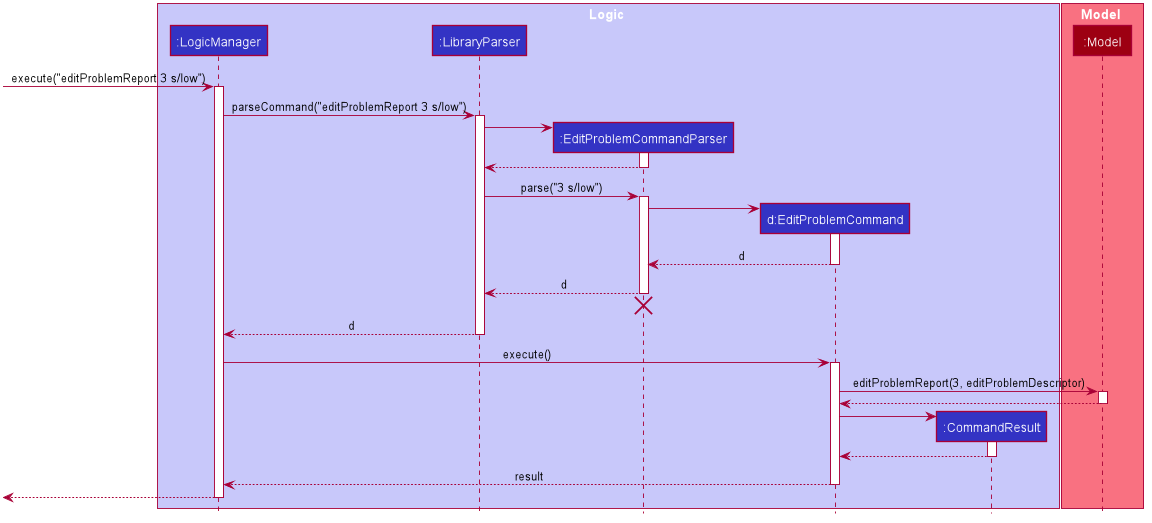
Above: docs/images/EditProblemReportSequenceDiagram.png in richardcom/tp (PlantUML), before the change. Source of this version:
```plantuml
@startuml








skinparam BackgroundColor #FFFFFFF

skinparam Shadowing false

skinparam Class {
    FontColor #FFFFFF
    BorderThickness 1
    BorderColor #FFFFFF
    StereotypeFontColor #FFFFFF
    FontName Arial
}

skinparam Actor {
    BorderColor #000000
    Color #000000
    FontName Arial
}

skinparam Sequence {
    MessageAlign center
    BoxFontSize 15
    BoxPadding 0
    BoxFontColor #FFFFFF
    FontName Arial
}

skinparam Participant {
    FontColor #FFFFFFF
    Padding 20
}

skinparam MinClassWidth 50
skinparam ParticipantPadding 10
skinparam Shadowing false
skinparam DefaultTextAlignment center
skinparam packageStyle Rectangle

hide footbox
hide members
hide circle

box Logic #C8C8FA
participant ":LogicManager" as LogicManager #3333C4
participant ":LibraryParser" as LibraryParser #3333C4
participant ":EditProblemCommandParser" as EditProblemCommandParser #3333C4
participant "d:EditProblemCommand" as EditProblemCommand #3333C4
participant ":CommandResult" as CommandResult #3333C4
end box

box Model #F97181
participant ":Model" as Model #9D0012
end box

[-> LogicManager : execute("editProblemReport 3 s/low")
activate LogicManager

LogicManager -> LibraryParser : parseCommand("editProblemReport 3 s/low")
activate LibraryParser

create EditProblemCommandParser
LibraryParser -> EditProblemCommandParser
activate EditProblemCommandParser

EditProblemCommandParser --> LibraryParser
deactivate EditProblemCommandParser

LibraryParser -> EditProblemCommandParser : parse("3 s/low")
activate EditProblemCommandParser

create EditProblemCommand
EditProblemCommandParser -> EditProblemCommand
activate EditProblemCommand

EditProblemCommand --> EditProblemCommandParser : d
deactivate EditProblemCommand

EditProblemCommandParser --> LibraryParser : d
deactivate EditProblemCommandParser
EditProblemCommandParser -[hidden]-> LibraryParser
destroy EditProblemCommandParser

LibraryParser --> LogicManager : d
deactivate LibraryParser

LogicManager -> EditProblemCommand : execute()
activate EditProblemCommand

EditProblemCommand -> Model : editProblemReport(3, editProblemDescriptor)
activate Model

Model --> EditProblemCommand
deactivate Model

create CommandResult
EditProblemCommand -> CommandResult
activate CommandResult

CommandResult --> EditProblemCommand
deactivate CommandResult

EditProblemCommand --> LogicManager : result
deactivate EditProblemCommand

[<--LogicManager
deactivate LogicManager
@enduml
```
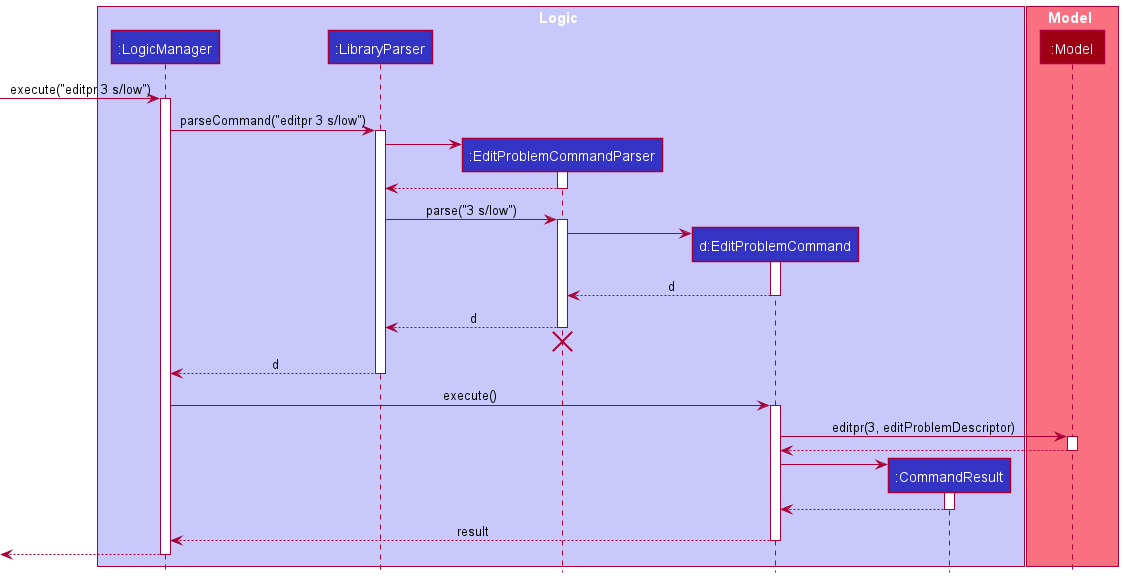
Above is the later version.

Commit message:
Update name of editpr

What changed in the source:
```diff
@@ -1,69 +1,22 @@
 @startuml
+!include style.puml
 
-
-
-
-
-
-
-
-skinparam BackgroundColor #FFFFFFF
-
-skinparam Shadowing false
-
-skinparam Class {
-    FontColor #FFFFFF
-    BorderThickness 1
-    BorderColor #FFFFFF
-    StereotypeFontColor #FFFFFF
-    FontName Arial
-}
-
-skinparam Actor {
-    BorderColor #000000
-    Color #000000
-    FontName Arial
-}
-
-skinparam Sequence {
-    MessageAlign center
-    BoxFontSize 15
-    BoxPadding 0
-    BoxFontColor #FFFFFF
-    FontName Arial
-}
-
-skinparam Participant {
-    FontColor #FFFFFFF
-    Padding 20
-}
-
-skinparam MinClassWidth 50
-skinparam ParticipantPadding 10
-skinparam Shadowing false
-skinparam DefaultTextAlignment center
-skinparam packageStyle Rectangle
-
-hide footbox
-hide members
-hide circle
-
-box Logic #C8C8FA
-participant ":LogicManager" as LogicManager #3333C4
-participant ":LibraryParser" as LibraryParser #3333C4
-participant ":EditProblemCommandParser" as EditProblemCommandParser #3333C4
-participant "d:EditProblemCommand" as EditProblemCommand #3333C4
-participant ":CommandResult" as CommandResult #3333C4
+box Logic LOGIC_COLOR_T1
+participant ":LogicManager" as LogicManager LOGIC_COLOR
+participant ":LibraryParser" as LibraryParser LOGIC_COLOR
+participant ":EditProblemCommandParser" as EditProblemCommandParser LOGIC_COLOR
+participant "d:EditProblemCommand" as EditProblemCommand LOGIC_COLOR
+participant ":CommandResult" as CommandResult LOGIC_COLOR
 end box
 
-box Model #F97181
-participant ":Model" as Model #9D0012
+box Model MODEL_COLOR_T1
+participant ":Model" as Model MODEL_COLOR
 end box
 
-[-> LogicManager : execute("editProblemReport 3 s/low")
+[-> LogicManager : execute("editpr 3 s/low")
 activate LogicManager
 
-LogicManager -> LibraryParser : parseCommand("editProblemReport 3 s/low")
+LogicManager -> LibraryParser : parseCommand("editpr 3 s/low")
 activate LibraryParser
 
 create EditProblemCommandParser
@@ -94,7 +47,7 @@
 LogicManager -> EditProblemCommand : execute()
 activate EditProblemCommand
 
-EditProblemCommand -> Model : editProblemReport(3, editProblemDescriptor)
+EditProblemCommand -> Model : editpr(3, editProblemDescriptor)
 activate Model
 
 Model --> EditProblemCommand
```
